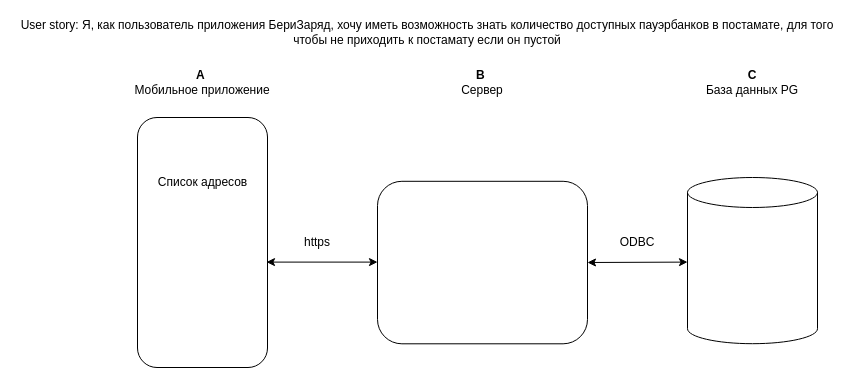
abdullahproff/BSA21_1 keeps this draw.io diagram as Latyshev_Alexandr/architecture.drawio. Above is the earlier version. Source tidied: cells renumbered, new cells numbered last; positions are measured from the earlier drawing's top-left corner, leaving out a move shared by most shapes. Both pictures are drawn from the tidied source at 100%, with x=0, y=0 at pixel (17, 17).
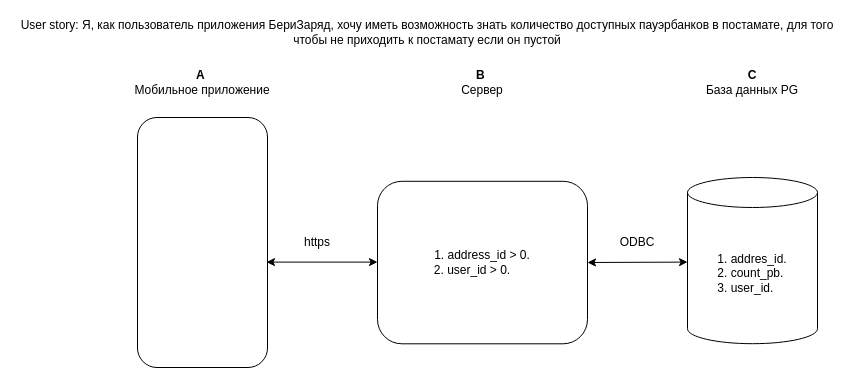
The same diagram, later.

What changed in the source:
```diff
@@
 <mxGraphModel>
   <root>
     <mxCell id="0" />
     <mxCell id="1" parent="0" />
     <mxCell id="2" style="rounded=1;whiteSpace=wrap;html=1;" parent="1" vertex="1">
       <mxGeometry x="120" y="100" width="130" height="250" as="geometry" />
     </mxCell>
-    <mxCell id="3" style="rounded=1;whiteSpace=wrap;html=1;" parent="1" vertex="1">
+    <mxCell id="3" value="1. address_id &amp;gt; 0.&lt;div&gt;2. user_id &amp;gt; 0.&amp;nbsp; &amp;nbsp; &amp;nbsp;&amp;nbsp;&lt;/div&gt;" style="rounded=1;whiteSpace=wrap;html=1;" parent="1" vertex="1">
       <mxGeometry x="360" y="163.8" width="210" height="162.5" as="geometry" />
     </mxCell>
     <mxCell id="4" style="endArrow=classic;startArrow=classic;html=1;rounded=0;entryX=0;entryY=0.375;entryDx=0;entryDy=0;entryPerimeter=0;exitX=0.992;exitY=0.43;exitDx=0;exitDy=0;exitPerimeter=0;" parent="1" edge="1">
       <mxGeometry relative="1" as="geometry">
         <mxPoint x="249" y="244.6" as="sourcePoint" />
         <mxPoint x="360" y="244.6" as="targetPoint" />
       </mxGeometry>
     </mxCell>
-    <mxCell id="5" style="shape=cylinder3;whiteSpace=wrap;html=1;boundedLbl=1;backgroundOutline=1;size=15;" parent="1" vertex="1">
+    <mxCell id="5" value="1. addres_id.&lt;div&gt;2. count_pb.&amp;nbsp;&lt;/div&gt;&lt;div&gt;3. user_id.&amp;nbsp; &amp;nbsp;&amp;nbsp;&lt;/div&gt;" style="shape=cylinder3;whiteSpace=wrap;html=1;boundedLbl=1;backgroundOutline=1;size=15;" parent="1" vertex="1">
       <mxGeometry x="670" y="160" width="130" height="166.2" as="geometry" />
     </mxCell>
     <mxCell id="6" style="endArrow=classic;startArrow=classic;html=1;rounded=0;entryX=0;entryY=0.375;entryDx=0;entryDy=0;entryPerimeter=0;" parent="1" edge="1">
       <mxGeometry relative="1" as="geometry">
         <mxPoint x="570" y="245" as="sourcePoint" />
         <mxPoint x="670" y="244.6" as="targetPoint" />
       </mxGeometry>
     </mxCell>
     <mxCell id="7" value="User story: Я, как пользователь приложения БериЗаряд, хочу иметь возможность знать количество доступных пауэрбанков в постамате, для того чтобы не приходить к постамату если он пустой" style="text;html=1;align=center;verticalAlign=middle;whiteSpace=wrap;rounded=0;" parent="1" vertex="1">
       <mxGeometry width="820" height="30" as="geometry" />
     </mxCell>
     <mxCell id="8" value="&lt;b&gt;A&lt;/b&gt;&amp;nbsp;&lt;div&gt;Мобильное приложение&lt;/div&gt;" style="text;html=1;align=center;verticalAlign=middle;whiteSpace=wrap;rounded=0;" parent="1" vertex="1">
       <mxGeometry x="115" y="50" width="140" height="30" as="geometry" />
     </mxCell>
     <mxCell id="9" value="&lt;b&gt;B&lt;/b&gt;&amp;nbsp;&lt;div&gt;Сервер&lt;/div&gt;" style="text;html=1;align=center;verticalAlign=middle;whiteSpace=wrap;rounded=0;" parent="1" vertex="1">
       <mxGeometry x="440" y="45" width="50" height="40" as="geometry" />
     </mxCell>
     <mxCell id="10" value="&lt;b&gt;С&lt;/b&gt;&lt;br&gt;&lt;div&gt;База данных PG&lt;/div&gt;" style="text;html=1;align=center;verticalAlign=middle;whiteSpace=wrap;rounded=0;" parent="1" vertex="1">
       <mxGeometry x="685" y="50" width="100" height="30" as="geometry" />
     </mxCell>
     <mxCell id="11" value="https" style="text;html=1;align=center;verticalAlign=middle;whiteSpace=wrap;rounded=0;" parent="1" vertex="1">
       <mxGeometry x="270" y="210" width="60" height="30" as="geometry" />
     </mxCell>
-    <mxCell id="12" value="Список адресов" style="text;html=1;align=center;verticalAlign=middle;whiteSpace=wrap;rounded=0;" parent="1" vertex="1">
-      <mxGeometry x="122.5" y="140" width="125" height="50" as="geometry" />
-    </mxCell>
     <mxCell id="13" value="ODBC" style="text;html=1;align=center;verticalAlign=middle;whiteSpace=wrap;rounded=0;" parent="1" vertex="1">
       <mxGeometry x="590" y="210" width="60" height="30" as="geometry" />
     </mxCell>
   </root>
 </mxGraphModel>
```
